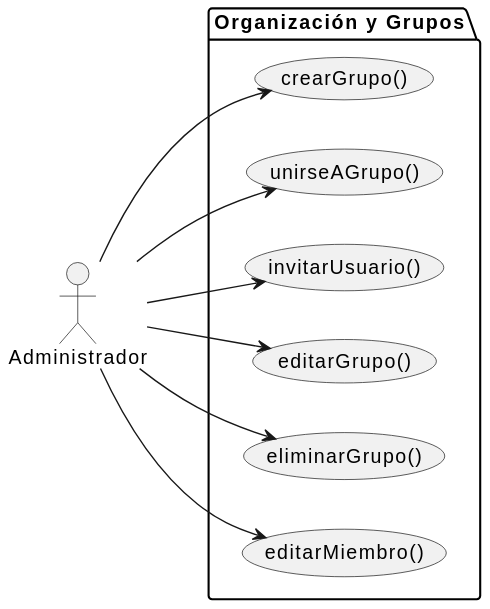
The PlantUML diagram documents/actoresYCasosDeUso/diagramas/diagramaOrganizaciónYGrupos/diagramaOrganizacionYGrupos.svg in inigovaqueroo04/25-26-IdSw1-SdR, before a commit.
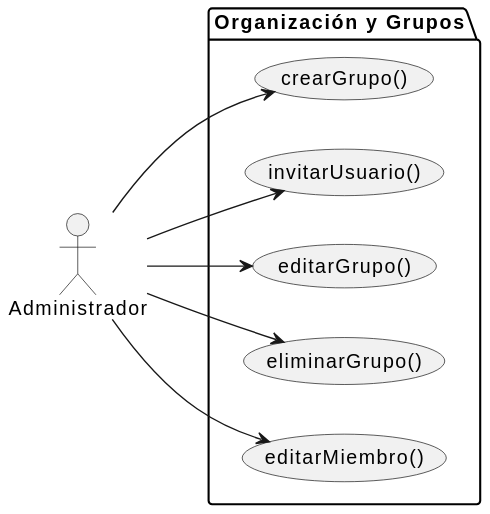
After the commit.

Change to the diagram source:
```diff
@@ -4,11 +4,10 @@
 
 package "Organización y Grupos" {
     usecase "crearGrupo()" as UC_G1
-    usecase "unirseAGrupo()" as UC_G2
-    usecase "invitarUsuario()" as UC_G3
-    usecase "editarGrupo()" as UC_G4
-    usecase "eliminarGrupo()" as UC_G5
-    usecase "editarMiembro()" as UC_G6
+    usecase "invitarUsuario()" as UC_G2
+    usecase "editarGrupo()" as UC_G3
+    usecase "eliminarGrupo()" as UC_G4
+    usecase "editarMiembro()" as UC_G5
 }
 
 Admin --> UC_G1
@@ -16,5 +15,4 @@
 Admin --> UC_G3
 Admin --> UC_G4
 Admin --> UC_G5
-Admin --> UC_G6
 @enduml
```
